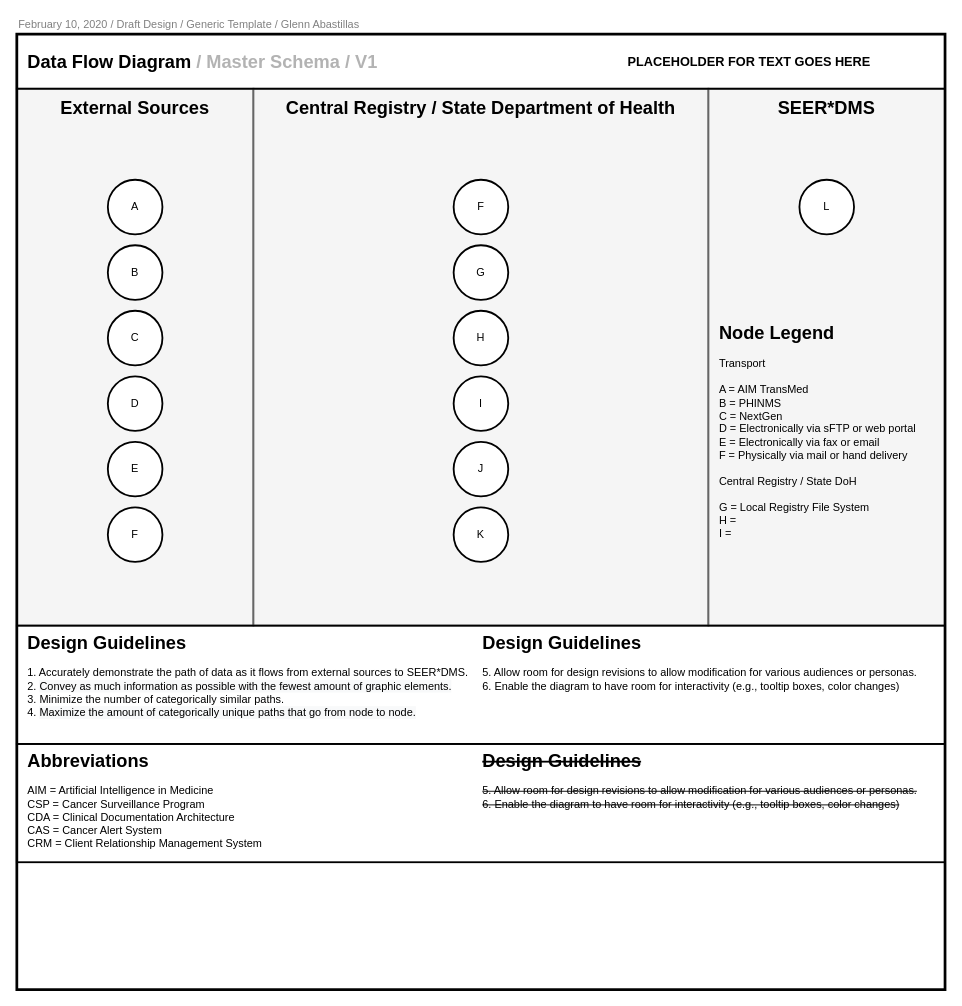
gabastil/nci-seer keeps this draw.io diagram as ws5/svg/master_schema.drawio. Above is the earlier version. Source tidied: cells renumbered, new cells numbered last; positions are measured from the earlier drawing's top-left corner, leaving out a move shared by most shapes. Both pictures are drawn from the tidied source at 91%, with x=0, y=0 at pixel (16, 15).
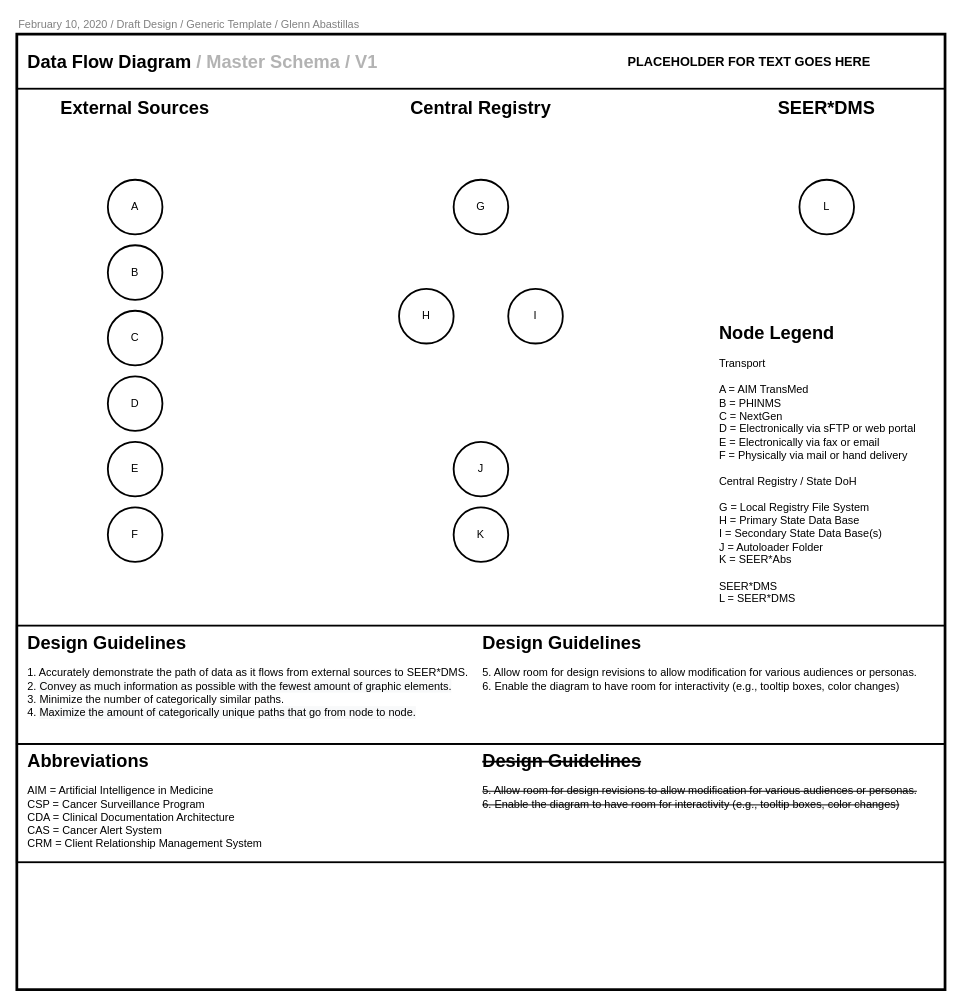
The same page after the edit.

What changed in the source:
```diff
@@
-    <mxCell id="1" parent="0" />
-    <mxCell id="2" style="rounded=0;whiteSpace=wrap;html=1;strokeWidth=2;fillColor=#f5f5f5;fontSize=14;align=left;strokeColor=#666666;fontColor=#333333;" parent="1" vertex="1">
-      <mxGeometry y="80" width="260" height="590" as="geometry" />
-    </mxCell>
-    <mxCell id="3" style="rounded=0;whiteSpace=wrap;html=1;strokeWidth=2;fillColor=#f5f5f5;fontSize=14;align=left;strokeColor=#666666;fontColor=#333333;" parent="1" vertex="1">
-      <mxGeometry x="260" y="80" width="500" height="590" as="geometry" />
-    </mxCell>
-    <mxCell id="4" style="rounded=0;whiteSpace=wrap;html=1;strokeWidth=2;fillColor=#f5f5f5;fontSize=14;align=left;strokeColor=#666666;fontColor=#333333;" parent="1" vertex="1">
-      <mxGeometry x="760" y="80" width="260" height="590" as="geometry" />
-    </mxCell>
@@
-    <mxCell id="14" value="Central Registry / State Department of Health" style="rounded=0;whiteSpace=wrap;html=1;strokeWidth=4;fillColor=none;align=center;fontSize=20;fontStyle=1;strokeColor=none;" parent="5" vertex="1">
+    <mxCell id="14" value="Central Registry" style="rounded=0;whiteSpace=wrap;html=1;strokeWidth=4;fillColor=none;align=center;fontSize=20;fontStyle=1;strokeColor=none;" parent="5" vertex="1">
       <mxGeometry x="260" y="80" width="500" height="40" as="geometry" />
     </mxCell>
@@
-    <mxCell id="18" value="&lt;div align=&quot;left&quot; style=&quot;font-size: 20px&quot;&gt;&lt;b&gt;Node Legend&lt;/b&gt;&lt;/div&gt;&lt;div align=&quot;left&quot; style=&quot;font-size: 12px&quot;&gt;&lt;font style=&quot;font-size: 12px&quot;&gt;&lt;span style=&quot;font-size: 12px&quot;&gt;&lt;font color=&quot;transparent&quot;&gt;&lt;/font&gt;&lt;font color=&quot;#000000&quot;&gt;&lt;/font&gt;&lt;b&gt;&lt;/b&gt;&lt;b&gt;&lt;/b&gt;&lt;br&gt;&lt;/span&gt;&lt;/font&gt;&lt;/div&gt;&lt;div align=&quot;left&quot; style=&quot;font-size: 12px&quot;&gt;&lt;font style=&quot;font-size: 12px&quot;&gt;&lt;span style=&quot;font-size: 12px&quot;&gt;Transport&lt;/span&gt;&lt;/font&gt;&lt;/div&gt;&lt;div align=&quot;left&quot; style=&quot;font-size: 12px&quot;&gt;&lt;font style=&quot;font-size: 12px&quot;&gt;&lt;span style=&quot;font-size: 12px&quot;&gt;&lt;br&gt;&lt;/span&gt;&lt;/font&gt;&lt;/div&gt;&lt;div align=&quot;left&quot; style=&quot;font-size: 12px&quot;&gt;&lt;font style=&quot;font-size: 12px&quot;&gt;&lt;span style=&quot;font-size: 12px&quot;&gt;A = AIM TransMed&lt;/span&gt;&lt;/font&gt;&lt;/div&gt;&lt;div align=&quot;left&quot; style=&quot;font-size: 12px&quot;&gt;&lt;font style=&quot;font-size: 12px&quot;&gt;&lt;span style=&quot;font-size: 12px&quot;&gt;B = PHINMS&lt;/span&gt;&lt;/font&gt;&lt;/div&gt;&lt;div align=&quot;left&quot; style=&quot;font-size: 12px&quot;&gt;&lt;font style=&quot;font-size: 12px&quot;&gt;&lt;span style=&quot;font-size: 12px&quot;&gt;C = NextGen&lt;/span&gt;&lt;/font&gt;&lt;/div&gt;&lt;div align=&quot;left&quot; style=&quot;font-size: 12px&quot;&gt;&lt;font style=&quot;font-size: 12px&quot;&gt;&lt;span style=&quot;font-size: 12px&quot;&gt;D = Electronically via sFTP or web portal&lt;/span&gt;&lt;/font&gt;&lt;/div&gt;&lt;div align=&quot;left&quot; style=&quot;font-size: 12px&quot;&gt;&lt;font style=&quot;font-size: 12px&quot;&gt;&lt;span style=&quot;font-size: 12px&quot;&gt;E = Electronically via fax or email&lt;/span&gt;&lt;/font&gt;&lt;/div&gt;&lt;div align=&quot;left&quot; style=&quot;font-size: 12px&quot;&gt;&lt;font style=&quot;font-size: 12px&quot;&gt;&lt;span style=&quot;font-size: 12px&quot;&gt;F = Physically via mail or hand delivery&lt;/span&gt;&lt;/font&gt;&lt;/div&gt;&lt;div align=&quot;left&quot; style=&quot;font-size: 12px&quot;&gt;&lt;br&gt;&lt;/div&gt;&lt;div align=&quot;left&quot; style=&quot;font-size: 12px&quot;&gt;Central Registry / State DoH&lt;/div&gt;&lt;div align=&quot;left&quot; style=&quot;font-size: 12px&quot;&gt;&lt;br&gt;&lt;/div&gt;&lt;div align=&quot;left&quot; style=&quot;font-size: 12px&quot;&gt;G = Local Registry File System&lt;/div&gt;&lt;div align=&quot;left&quot; style=&quot;font-size: 12px&quot;&gt;H =&amp;nbsp;&lt;/div&gt;&lt;div align=&quot;left&quot; style=&quot;font-size: 12px&quot;&gt;I =&amp;nbsp;&lt;/div&gt;" style="rounded=0;whiteSpace=wrap;html=1;strokeWidth=4;fillColor=none;align=left;fontSize=12;fontStyle=0;strokeColor=none;verticalAlign=top;" parent="5" vertex="1">
+    <mxCell id="18" value="&lt;div align=&quot;left&quot; style=&quot;font-size: 20px&quot;&gt;&lt;b&gt;Node Legend&lt;/b&gt;&lt;/div&gt;&lt;div align=&quot;left&quot; style=&quot;font-size: 12px&quot;&gt;&lt;font style=&quot;font-size: 12px&quot;&gt;&lt;span style=&quot;font-size: 12px&quot;&gt;&lt;font color=&quot;transparent&quot;&gt;&lt;/font&gt;&lt;font color=&quot;#000000&quot;&gt;&lt;/font&gt;&lt;b&gt;&lt;/b&gt;&lt;b&gt;&lt;/b&gt;&lt;br&gt;&lt;/span&gt;&lt;/font&gt;&lt;/div&gt;&lt;div align=&quot;left&quot; style=&quot;font-size: 12px&quot;&gt;&lt;font style=&quot;font-size: 12px&quot;&gt;&lt;span style=&quot;font-size: 12px&quot;&gt;Transport&lt;/span&gt;&lt;/font&gt;&lt;/div&gt;&lt;div align=&quot;left&quot; style=&quot;font-size: 12px&quot;&gt;&lt;font style=&quot;font-size: 12px&quot;&gt;&lt;span style=&quot;font-size: 12px&quot;&gt;&lt;br&gt;&lt;/span&gt;&lt;/font&gt;&lt;/div&gt;&lt;div align=&quot;left&quot; style=&quot;font-size: 12px&quot;&gt;&lt;font style=&quot;font-size: 12px&quot;&gt;&lt;span style=&quot;font-size: 12px&quot;&gt;A = AIM TransMed&lt;/span&gt;&lt;/font&gt;&lt;/div&gt;&lt;div align=&quot;left&quot; style=&quot;font-size: 12px&quot;&gt;&lt;font style=&quot;font-size: 12px&quot;&gt;&lt;span style=&quot;font-size: 12px&quot;&gt;B = PHINMS&lt;/span&gt;&lt;/font&gt;&lt;/div&gt;&lt;div align=&quot;left&quot; style=&quot;font-size: 12px&quot;&gt;&lt;font style=&quot;font-size: 12px&quot;&gt;&lt;span style=&quot;font-size: 12px&quot;&gt;C = NextGen&lt;/span&gt;&lt;/font&gt;&lt;/div&gt;&lt;div align=&quot;left&quot; style=&quot;font-size: 12px&quot;&gt;&lt;font style=&quot;font-size: 12px&quot;&gt;&lt;span style=&quot;font-size: 12px&quot;&gt;D = Electronically via sFTP or web portal&lt;/span&gt;&lt;/font&gt;&lt;/div&gt;&lt;div align=&quot;left&quot; style=&quot;font-size: 12px&quot;&gt;&lt;font style=&quot;font-size: 12px&quot;&gt;&lt;span style=&quot;font-size: 12px&quot;&gt;E = Electronically via fax or email&lt;/span&gt;&lt;/font&gt;&lt;/div&gt;&lt;div align=&quot;left&quot; style=&quot;font-size: 12px&quot;&gt;&lt;font style=&quot;font-size: 12px&quot;&gt;&lt;span style=&quot;font-size: 12px&quot;&gt;F = Physically via mail or hand delivery&lt;/span&gt;&lt;/font&gt;&lt;/div&gt;&lt;div align=&quot;left&quot; style=&quot;font-size: 12px&quot;&gt;&lt;br&gt;&lt;/div&gt;&lt;div align=&quot;left&quot; style=&quot;font-size: 12px&quot;&gt;Central Registry / State DoH&lt;/div&gt;&lt;div align=&quot;left&quot; style=&quot;font-size: 12px&quot;&gt;&lt;br&gt;&lt;/div&gt;&lt;div align=&quot;left&quot; style=&quot;font-size: 12px&quot;&gt;G = Local Registry File System&lt;/div&gt;&lt;div align=&quot;left&quot; style=&quot;font-size: 12px&quot;&gt;H = Primary State Data Base&lt;/div&gt;&lt;div align=&quot;left&quot; style=&quot;font-size: 12px&quot;&gt;I = Secondary State Data Base(s)&lt;/div&gt;&lt;div align=&quot;left&quot; style=&quot;font-size: 12px&quot;&gt;J = Autoloader Folder&lt;/div&gt;&lt;div align=&quot;left&quot; style=&quot;font-size: 12px&quot;&gt;K = SEER*Abs&lt;/div&gt;&lt;div align=&quot;left&quot; style=&quot;font-size: 12px&quot;&gt;&lt;br&gt;&lt;/div&gt;&lt;div align=&quot;left&quot; style=&quot;font-size: 12px&quot;&gt;SEER*DMS&lt;/div&gt;&lt;div align=&quot;left&quot; style=&quot;font-size: 12px&quot;&gt;L = SEER*DMS&lt;/div&gt;" style="rounded=0;whiteSpace=wrap;html=1;strokeWidth=4;fillColor=none;align=left;fontSize=12;fontStyle=0;strokeColor=none;verticalAlign=top;" parent="5" vertex="1">
       <mxGeometry x="770" y="330" width="240" height="330" as="geometry" />
     </mxCell>
@@
-    <mxCell id="23" value="F" style="ellipse;whiteSpace=wrap;html=1;strokeWidth=2;" parent="21" vertex="1">
+    <mxCell id="23" value="G" style="ellipse;whiteSpace=wrap;html=1;strokeWidth=2;" parent="21" vertex="1">
       <mxGeometry x="480" y="180" width="60" height="60" as="geometry" />
     </mxCell>
     <mxCell id="24" value="H" style="ellipse;whiteSpace=wrap;html=1;strokeWidth=2;" parent="21" vertex="1">
-      <mxGeometry x="480" y="324" width="60" height="60" as="geometry" />
+      <mxGeometry x="420" y="300" width="60" height="60" as="geometry" />
     </mxCell>
@@
-    <mxCell id="26" value="G" style="ellipse;whiteSpace=wrap;html=1;strokeWidth=2;" parent="21" vertex="1">
-      <mxGeometry x="480" y="252" width="60" height="60" as="geometry" />
-    </mxCell>
@@
     <mxCell id="28" value="I" style="ellipse;whiteSpace=wrap;html=1;strokeWidth=2;" parent="21" vertex="1">
-      <mxGeometry x="480" y="396" width="60" height="60" as="geometry" />
+      <mxGeometry x="540" y="300" width="60" height="60" as="geometry" />
     </mxCell>
```
